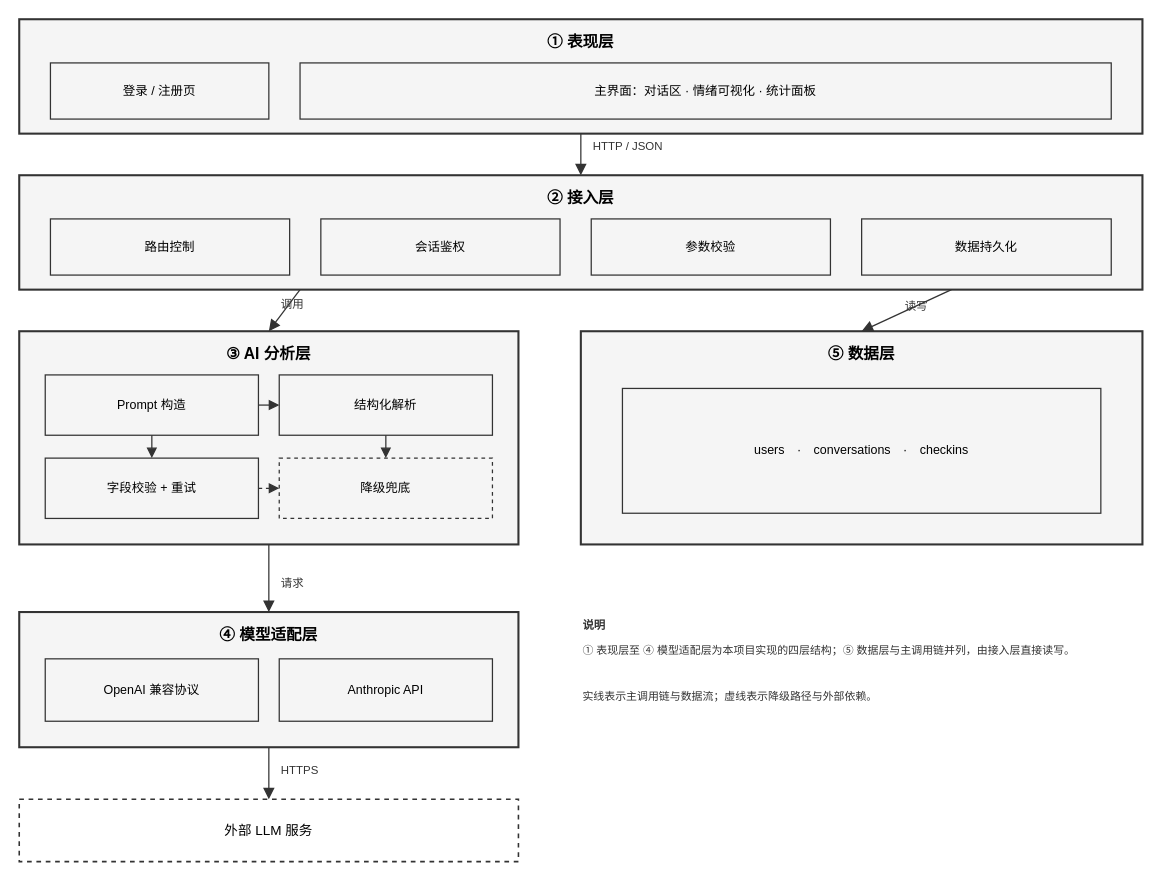
Above: docs/系统架构图.drawio in Samjuice39/AI_Conversation (draw.io), before the change. Source tidied: cells renumbered, new cells numbered last; positions are measured from the earlier drawing's top-left corner, leaving out a move shared by most shapes. Both pictures are drawn from the tidied source at 104%, with x=0, y=0 at pixel (19, 19).
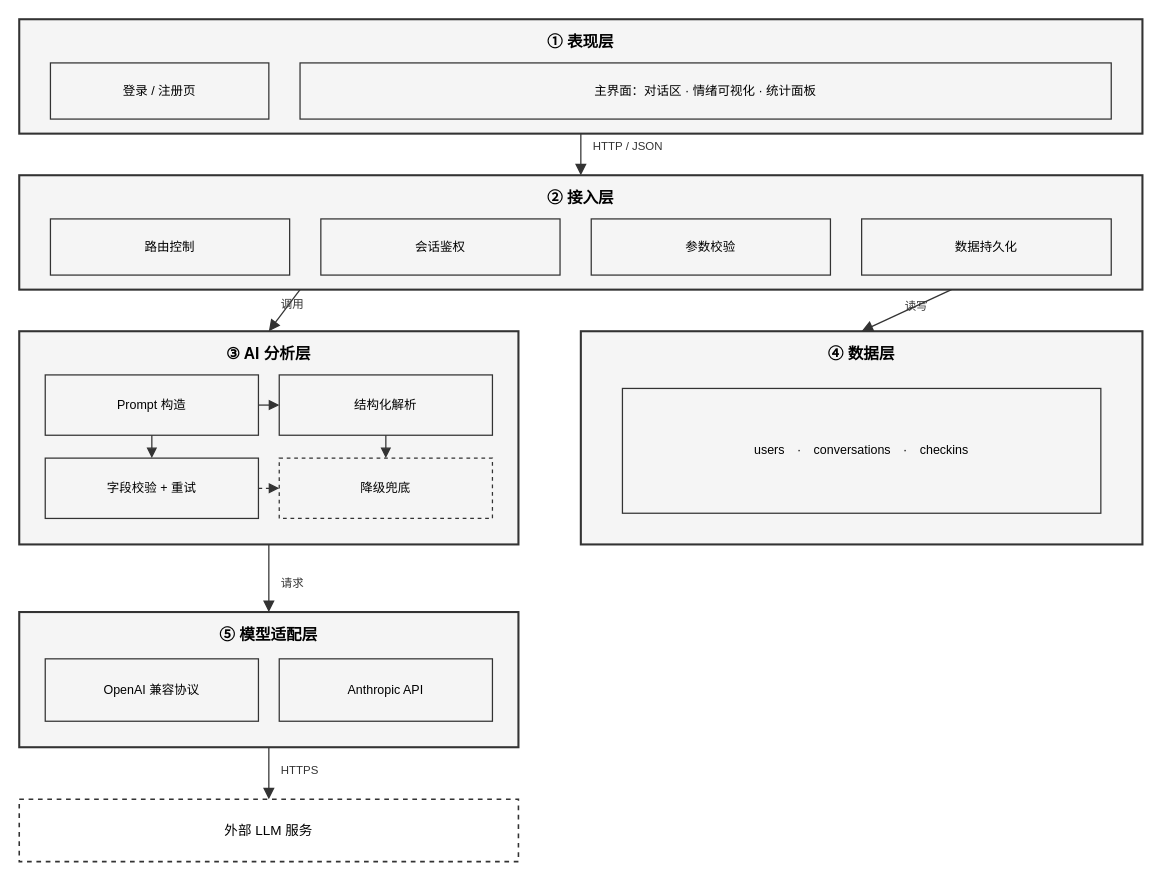
Above is the later version.

Commit message (it also covers changes not shown here):
style: 删除架构图内图例，编号按位置重排

- 移除图内说明三块（论文图中含义应自明，无需图例）
- 编号重排为 ①表现层 ②接入层 ③AI分析层 ④数据层 ⑤模型适配层，与自上而下、自左而右的阅读顺序一致
- 画布高度 900 → 870
- README 的 Mermaid 同步调整

Change to the diagram source:
```diff
@@
-    <mxCell id="15" value="⑤ 数据层" style="rounded=0;whiteSpace=wrap;html=1;fillColor=#F5F5F5;strokeColor=#333333;strokeWidth=2;align=center;verticalAlign=top;spacingTop=6;fontSize=15;fontStyle=1;" parent="1" vertex="1">
+    <mxCell id="15" value="④ 数据层" style="rounded=0;whiteSpace=wrap;html=1;fillColor=#F5F5F5;strokeColor=#333333;strokeWidth=2;align=center;verticalAlign=top;spacingTop=6;fontSize=15;fontStyle=1;" parent="1" vertex="1">
       <mxGeometry x="540" y="300" width="540" height="205" as="geometry" />
     </mxCell>
@@
-    <mxCell id="17" value="④ 模型适配层" style="rounded=0;whiteSpace=wrap;html=1;fillColor=#F5F5F5;strokeColor=#333333;strokeWidth=2;align=center;verticalAlign=top;spacingTop=6;fontSize=15;fontStyle=1;" parent="1" vertex="1">
+    <mxCell id="17" value="⑤ 模型适配层" style="rounded=0;whiteSpace=wrap;html=1;fillColor=#F5F5F5;strokeColor=#333333;strokeWidth=2;align=center;verticalAlign=top;spacingTop=6;fontSize=15;fontStyle=1;" parent="1" vertex="1">
       <mxGeometry y="570" width="480" height="130" as="geometry" />
     </mxCell>
@@
-    <mxCell id="35" value="说明" style="text;html=1;align=left;verticalAlign=top;fontSize=11;fontStyle=1;fontColor=#333333;" parent="1" vertex="1">
-      <mxGeometry x="540" y="570" width="540" height="20" as="geometry" />
-    </mxCell>
-    <mxCell id="36" value="① 表现层至 ④ 模型适配层为本项目实现的四层结构；⑤ 数据层与主调用链并列，由接入层直接读写。" style="text;html=1;align=left;verticalAlign=top;fontSize=10.5;fontColor=#333333;whiteSpace=wrap;" parent="1" vertex="1">
-      <mxGeometry x="540" y="594" width="540" height="40" as="geometry" />
-    </mxCell>
-    <mxCell id="37" value="实线表示主调用链与数据流；虚线表示降级路径与外部依赖。" style="text;html=1;align=left;verticalAlign=top;fontSize=10.5;fontColor=#333333;whiteSpace=wrap;" parent="1" vertex="1">
-      <mxGeometry x="540" y="638" width="540" height="40" as="geometry" />
-    </mxCell>
```
